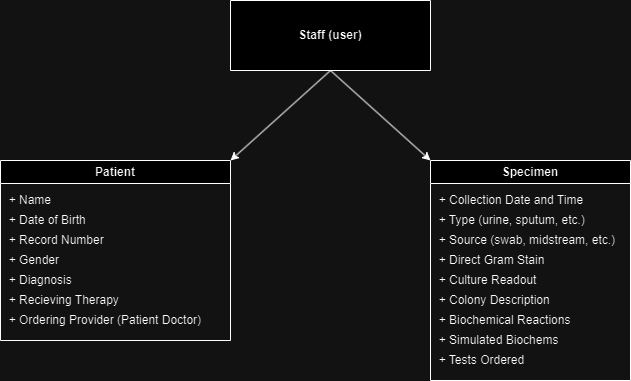
This is assets/EntityRelation.png from bregeabe/NMU-antibiotics-2024, a draw.io export, as it was before one commit. Source tidied: cells renumbered, new cells last; positions are measured from the earlier drawing's top-left corner, leaving out a move shared by most shapes.
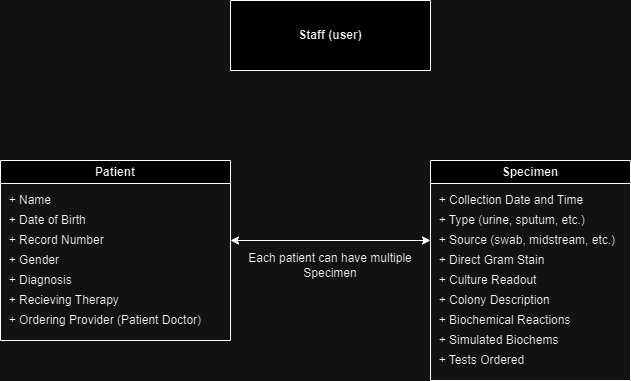
The same file after the commit.

Commit message:
Changed entity relations.

The edit, as a diff of the source:
```diff
@@ -59,11 +59,13 @@
     <mxCell id="20" value="&amp;nbsp; + Tests Ordered" style="text;html=1;align=left;verticalAlign=middle;whiteSpace=wrap;rounded=0;" parent="11" vertex="1">
       <mxGeometry y="190" width="200" height="20" as="geometry" />
     </mxCell>
-    <mxCell id="21" style="endArrow=classic;html=1;rounded=0;exitX=0.5;exitY=1;exitDx=0;exitDy=0;entryX=0;entryY=0;entryDx=0;entryDy=0;" parent="1" edge="1" source="10" target="11">
-      <mxGeometry relative="1" as="geometry" />
-    </mxCell>
-    <mxCell id="22" style="endArrow=classic;html=1;rounded=0;entryX=1;entryY=0;entryDx=0;entryDy=0;exitX=0.5;exitY=1;exitDx=0;exitDy=0;" parent="1" edge="1" source="10" target="2">
-      <mxGeometry relative="1" as="geometry" />
-    </mxCell>
+    <mxCell id="23" style="endArrow=classic;startArrow=classic;html=1;rounded=0;entryX=0;entryY=0.5;entryDx=0;entryDy=0;" parent="1" edge="1" target="19">
+      <mxGeometry relative="1" as="geometry">
+        <mxPoint x="230" y="240" as="sourcePoint" />
+      </mxGeometry>
+    </mxCell>
+    <mxCell id="24" value="Each patient can have multiple Specimen" style="text;html=1;align=center;verticalAlign=middle;whiteSpace=wrap;rounded=0;" parent="1" vertex="1">
+      <mxGeometry x="230" y="250" width="200" height="30" as="geometry" />
+    </mxCell>
   </root>
 </mxGraphModel>
```
